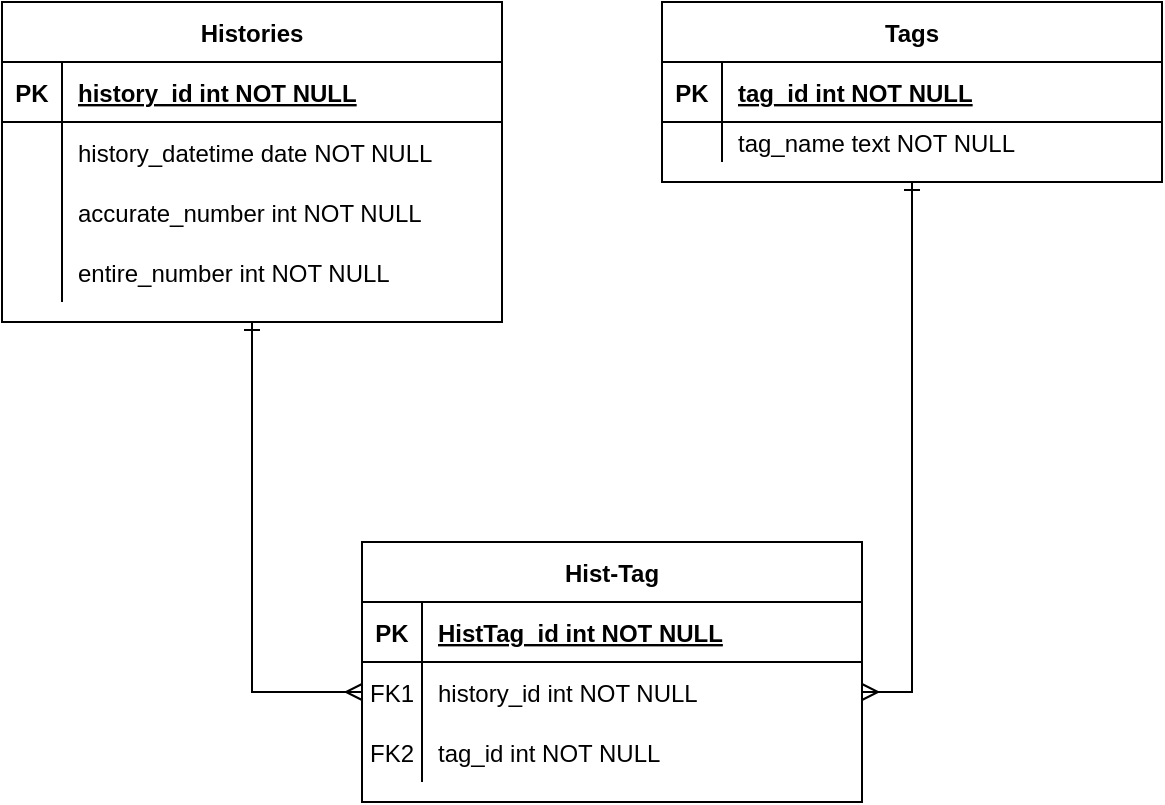
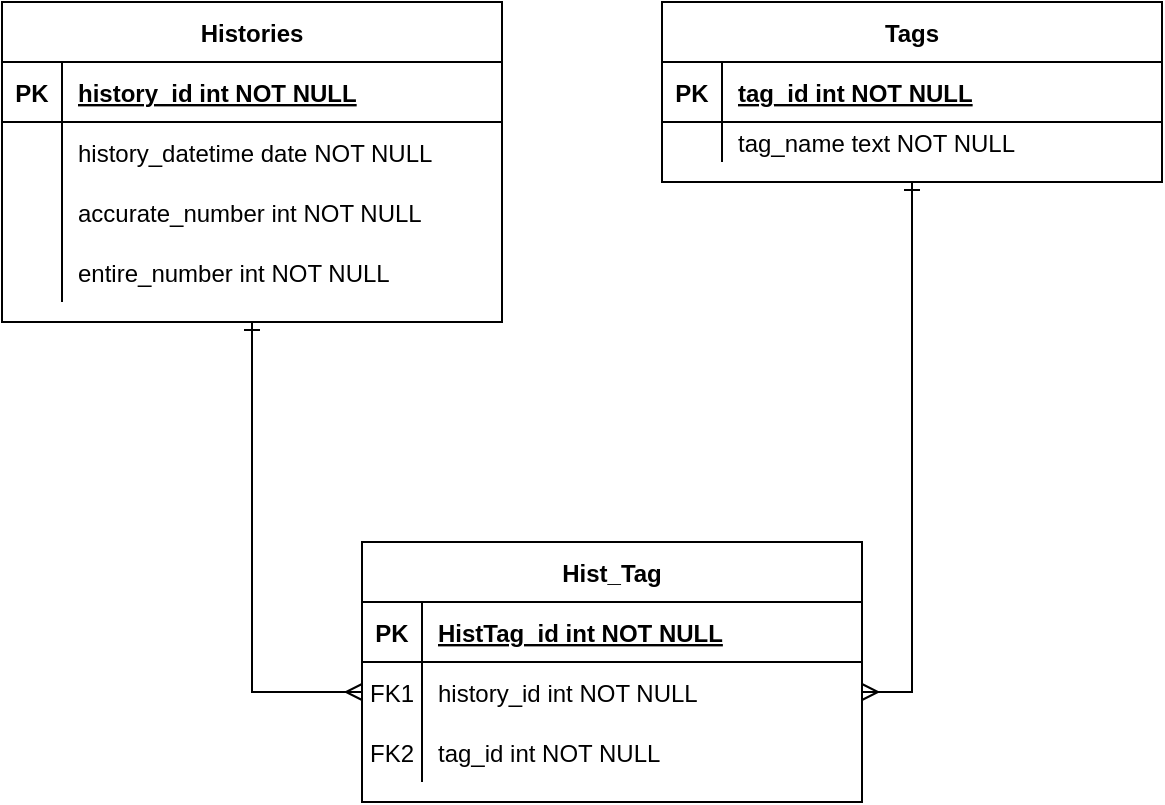
- <mxfile host="app.diagrams.net" modified="2024-07-13T07:29:02.795Z" agent="Mozilla/5.0 (Windows NT 10.0; Win64; x64) AppleWebKit/537.36 (KHTML, like Gecko) Chrome/126.0.0.0 Safari/537.36" etag="emsWlgXgD3bU1CIxRTtv" version="24.6.5" type="device">
+ <mxfile host="app.diagrams.net" modified="2024-07-14T06:13:20.105Z" agent="Mozilla/5.0 (Windows NT 10.0; Win64; x64) AppleWebKit/537.36 (KHTML, like Gecko) Chrome/126.0.0.0 Safari/537.36" etag="tMSBq_aUHVVFnrpBrTI4" version="24.6.5" type="device">
  <diagram id="R2lEEEUBdFMjLlhIrx00" name="Page-1">
-     <mxGraphModel dx="819" dy="441" grid="1" gridSize="10" guides="1" tooltips="1" connect="1" arrows="1" fold="1" page="1" pageScale="1" pageWidth="850" pageHeight="1100" math="0" shadow="0" extFonts="Permanent Marker^https://fonts.googleapis.com/css?family=Permanent+Marker">
+     <mxGraphModel dx="1434" dy="772" grid="1" gridSize="10" guides="1" tooltips="1" connect="1" arrows="1" fold="1" page="1" pageScale="1" pageWidth="850" pageHeight="1100" math="0" shadow="0" extFonts="Permanent Marker^https://fonts.googleapis.com/css?family=Permanent+Marker">
      <root>
        <mxCell id="0" />
        <mxCell id="1" parent="0" />
        <mxCell id="C-vyLk0tnHw3VtMMgP7b-2" value="Tags" style="shape=table;startSize=30;container=1;collapsible=1;childLayout=tableLayout;fixedRows=1;rowLines=0;fontStyle=1;align=center;resizeLast=1;" parent="1" vertex="1">
          <mxGeometry x="450" y="120" width="250" height="90" as="geometry" />
        </mxCell>
        <mxCell id="C-vyLk0tnHw3VtMMgP7b-3" value="" style="shape=partialRectangle;collapsible=0;dropTarget=0;pointerEvents=0;fillColor=none;points=[[0,0.5],[1,0.5]];portConstraint=eastwest;top=0;left=0;right=0;bottom=1;" parent="C-vyLk0tnHw3VtMMgP7b-2" vertex="1">
          <mxGeometry y="30" width="250" height="30" as="geometry" />
        </mxCell>
        <mxCell id="C-vyLk0tnHw3VtMMgP7b-4" value="PK" style="shape=partialRectangle;overflow=hidden;connectable=0;fillColor=none;top=0;left=0;bottom=0;right=0;fontStyle=1;" parent="C-vyLk0tnHw3VtMMgP7b-3" vertex="1">
          <mxGeometry width="30" height="30" as="geometry">
            <mxRectangle width="30" height="30" as="alternateBounds" />
          </mxGeometry>
        </mxCell>
        <mxCell id="C-vyLk0tnHw3VtMMgP7b-5" value="tag_id int NOT NULL " style="shape=partialRectangle;overflow=hidden;connectable=0;fillColor=none;top=0;left=0;bottom=0;right=0;align=left;spacingLeft=6;fontStyle=5;" parent="C-vyLk0tnHw3VtMMgP7b-3" vertex="1">
          <mxGeometry x="30" width="220" height="30" as="geometry">
            <mxRectangle width="220" height="30" as="alternateBounds" />
          </mxGeometry>
        </mxCell>
        <mxCell id="C-vyLk0tnHw3VtMMgP7b-6" value="" style="shape=partialRectangle;collapsible=0;dropTarget=0;pointerEvents=0;fillColor=none;points=[[0,0.5],[1,0.5]];portConstraint=eastwest;top=0;left=0;right=0;bottom=0;" parent="C-vyLk0tnHw3VtMMgP7b-2" vertex="1">
          <mxGeometry y="60" width="250" height="20" as="geometry" />
        </mxCell>
        <mxCell id="C-vyLk0tnHw3VtMMgP7b-7" value="" style="shape=partialRectangle;overflow=hidden;connectable=0;fillColor=none;top=0;left=0;bottom=0;right=0;" parent="C-vyLk0tnHw3VtMMgP7b-6" vertex="1">
          <mxGeometry width="30" height="20" as="geometry">
            <mxRectangle width="30" height="20" as="alternateBounds" />
          </mxGeometry>
        </mxCell>
        <mxCell id="C-vyLk0tnHw3VtMMgP7b-8" value="tag_name text NOT NULL" style="shape=partialRectangle;overflow=hidden;connectable=0;fillColor=none;top=0;left=0;bottom=0;right=0;align=left;spacingLeft=6;" parent="C-vyLk0tnHw3VtMMgP7b-6" vertex="1">
          <mxGeometry x="30" width="220" height="20" as="geometry">
            <mxRectangle width="220" height="20" as="alternateBounds" />
          </mxGeometry>
        </mxCell>
-         <mxCell id="C-vyLk0tnHw3VtMMgP7b-13" value="Hist-Tag" style="shape=table;startSize=30;container=1;collapsible=1;childLayout=tableLayout;fixedRows=1;rowLines=0;fontStyle=1;align=center;resizeLast=1;" parent="1" vertex="1">
+         <mxCell id="C-vyLk0tnHw3VtMMgP7b-13" value="Hist_Tag" style="shape=table;startSize=30;container=1;collapsible=1;childLayout=tableLayout;fixedRows=1;rowLines=0;fontStyle=1;align=center;resizeLast=1;" parent="1" vertex="1">
          <mxGeometry x="300" y="390" width="250" height="130" as="geometry" />
        </mxCell>
        <mxCell id="C-vyLk0tnHw3VtMMgP7b-14" value="" style="shape=partialRectangle;collapsible=0;dropTarget=0;pointerEvents=0;fillColor=none;points=[[0,0.5],[1,0.5]];portConstraint=eastwest;top=0;left=0;right=0;bottom=1;" parent="C-vyLk0tnHw3VtMMgP7b-13" vertex="1">
          <mxGeometry y="30" width="250" height="30" as="geometry" />
        </mxCell>
        <mxCell id="C-vyLk0tnHw3VtMMgP7b-15" value="PK" style="shape=partialRectangle;overflow=hidden;connectable=0;fillColor=none;top=0;left=0;bottom=0;right=0;fontStyle=1;" parent="C-vyLk0tnHw3VtMMgP7b-14" vertex="1">
          <mxGeometry width="30" height="30" as="geometry">
            <mxRectangle width="30" height="30" as="alternateBounds" />
          </mxGeometry>
        </mxCell>
        <mxCell id="C-vyLk0tnHw3VtMMgP7b-16" value="HistTag_id int NOT NULL " style="shape=partialRectangle;overflow=hidden;connectable=0;fillColor=none;top=0;left=0;bottom=0;right=0;align=left;spacingLeft=6;fontStyle=5;" parent="C-vyLk0tnHw3VtMMgP7b-14" vertex="1">
          <mxGeometry x="30" width="220" height="30" as="geometry">
            <mxRectangle width="220" height="30" as="alternateBounds" />
          </mxGeometry>
        </mxCell>
        <mxCell id="C-vyLk0tnHw3VtMMgP7b-17" value="" style="shape=partialRectangle;collapsible=0;dropTarget=0;pointerEvents=0;fillColor=none;points=[[0,0.5],[1,0.5]];portConstraint=eastwest;top=0;left=0;right=0;bottom=0;" parent="C-vyLk0tnHw3VtMMgP7b-13" vertex="1">
          <mxGeometry y="60" width="250" height="30" as="geometry" />
        </mxCell>
        <mxCell id="C-vyLk0tnHw3VtMMgP7b-18" value="FK1" style="shape=partialRectangle;overflow=hidden;connectable=0;fillColor=none;top=0;left=0;bottom=0;right=0;" parent="C-vyLk0tnHw3VtMMgP7b-17" vertex="1">
          <mxGeometry width="30" height="30" as="geometry">
            <mxRectangle width="30" height="30" as="alternateBounds" />
          </mxGeometry>
        </mxCell>
        <mxCell id="C-vyLk0tnHw3VtMMgP7b-19" value="history_id int NOT NULL" style="shape=partialRectangle;overflow=hidden;connectable=0;fillColor=none;top=0;left=0;bottom=0;right=0;align=left;spacingLeft=6;" parent="C-vyLk0tnHw3VtMMgP7b-17" vertex="1">
          <mxGeometry x="30" width="220" height="30" as="geometry">
            <mxRectangle width="220" height="30" as="alternateBounds" />
          </mxGeometry>
        </mxCell>
        <mxCell id="C-vyLk0tnHw3VtMMgP7b-20" value="" style="shape=partialRectangle;collapsible=0;dropTarget=0;pointerEvents=0;fillColor=none;points=[[0,0.5],[1,0.5]];portConstraint=eastwest;top=0;left=0;right=0;bottom=0;" parent="C-vyLk0tnHw3VtMMgP7b-13" vertex="1">
          <mxGeometry y="90" width="250" height="30" as="geometry" />
        </mxCell>
        <mxCell id="C-vyLk0tnHw3VtMMgP7b-21" value="FK2" style="shape=partialRectangle;overflow=hidden;connectable=0;fillColor=none;top=0;left=0;bottom=0;right=0;" parent="C-vyLk0tnHw3VtMMgP7b-20" vertex="1">
          <mxGeometry width="30" height="30" as="geometry">
            <mxRectangle width="30" height="30" as="alternateBounds" />
          </mxGeometry>
        </mxCell>
        <mxCell id="C-vyLk0tnHw3VtMMgP7b-22" value="tag_id int NOT NULL" style="shape=partialRectangle;overflow=hidden;connectable=0;fillColor=none;top=0;left=0;bottom=0;right=0;align=left;spacingLeft=6;" parent="C-vyLk0tnHw3VtMMgP7b-20" vertex="1">
          <mxGeometry x="30" width="220" height="30" as="geometry">
            <mxRectangle width="220" height="30" as="alternateBounds" />
          </mxGeometry>
        </mxCell>
-         <mxCell id="vyyHN-wlgOPrNykon7IR-17" style="edgeStyle=orthogonalEdgeStyle;rounded=0;orthogonalLoop=1;jettySize=auto;html=1;entryX=0;entryY=0.5;entryDx=0;entryDy=0;strokeWidth=1;startArrow=ERone;startFill=0;endArrow=ERmany;endFill=0;" edge="1" parent="1" source="C-vyLk0tnHw3VtMMgP7b-23" target="C-vyLk0tnHw3VtMMgP7b-17">
+         <mxCell id="vyyHN-wlgOPrNykon7IR-17" style="edgeStyle=orthogonalEdgeStyle;rounded=0;orthogonalLoop=1;jettySize=auto;html=1;entryX=0;entryY=0.5;entryDx=0;entryDy=0;strokeWidth=1;startArrow=ERone;startFill=0;endArrow=ERmany;endFill=0;" parent="1" source="C-vyLk0tnHw3VtMMgP7b-23" target="C-vyLk0tnHw3VtMMgP7b-17" edge="1">
          <mxGeometry relative="1" as="geometry" />
        </mxCell>
        <mxCell id="C-vyLk0tnHw3VtMMgP7b-23" value="Histories" style="shape=table;startSize=30;container=1;collapsible=1;childLayout=tableLayout;fixedRows=1;rowLines=0;fontStyle=1;align=center;resizeLast=1;" parent="1" vertex="1">
          <mxGeometry x="120" y="120" width="250" height="160" as="geometry" />
        </mxCell>
        <mxCell id="C-vyLk0tnHw3VtMMgP7b-24" value="" style="shape=partialRectangle;collapsible=0;dropTarget=0;pointerEvents=0;fillColor=none;points=[[0,0.5],[1,0.5]];portConstraint=eastwest;top=0;left=0;right=0;bottom=1;" parent="C-vyLk0tnHw3VtMMgP7b-23" vertex="1">
          <mxGeometry y="30" width="250" height="30" as="geometry" />
        </mxCell>
        <mxCell id="C-vyLk0tnHw3VtMMgP7b-25" value="PK" style="shape=partialRectangle;overflow=hidden;connectable=0;fillColor=none;top=0;left=0;bottom=0;right=0;fontStyle=1;" parent="C-vyLk0tnHw3VtMMgP7b-24" vertex="1">
          <mxGeometry width="30" height="30" as="geometry">
            <mxRectangle width="30" height="30" as="alternateBounds" />
          </mxGeometry>
        </mxCell>
        <mxCell id="C-vyLk0tnHw3VtMMgP7b-26" value="history_id int NOT NULL " style="shape=partialRectangle;overflow=hidden;connectable=0;fillColor=none;top=0;left=0;bottom=0;right=0;align=left;spacingLeft=6;fontStyle=5;" parent="C-vyLk0tnHw3VtMMgP7b-24" vertex="1">
          <mxGeometry x="30" width="220" height="30" as="geometry">
            <mxRectangle width="220" height="30" as="alternateBounds" />
          </mxGeometry>
        </mxCell>
        <mxCell id="C-vyLk0tnHw3VtMMgP7b-27" value="" style="shape=partialRectangle;collapsible=0;dropTarget=0;pointerEvents=0;fillColor=none;points=[[0,0.5],[1,0.5]];portConstraint=eastwest;top=0;left=0;right=0;bottom=0;" parent="C-vyLk0tnHw3VtMMgP7b-23" vertex="1">
          <mxGeometry y="60" width="250" height="30" as="geometry" />
        </mxCell>
        <mxCell id="C-vyLk0tnHw3VtMMgP7b-28" value="" style="shape=partialRectangle;overflow=hidden;connectable=0;fillColor=none;top=0;left=0;bottom=0;right=0;" parent="C-vyLk0tnHw3VtMMgP7b-27" vertex="1">
          <mxGeometry width="30" height="30" as="geometry">
            <mxRectangle width="30" height="30" as="alternateBounds" />
          </mxGeometry>
        </mxCell>
        <mxCell id="C-vyLk0tnHw3VtMMgP7b-29" value="history_datetime date NOT NULL" style="shape=partialRectangle;overflow=hidden;connectable=0;fillColor=none;top=0;left=0;bottom=0;right=0;align=left;spacingLeft=6;" parent="C-vyLk0tnHw3VtMMgP7b-27" vertex="1">
          <mxGeometry x="30" width="220" height="30" as="geometry">
            <mxRectangle width="220" height="30" as="alternateBounds" />
          </mxGeometry>
        </mxCell>
-         <mxCell id="vyyHN-wlgOPrNykon7IR-9" value="" style="shape=partialRectangle;collapsible=0;dropTarget=0;pointerEvents=0;fillColor=none;points=[[0,0.5],[1,0.5]];portConstraint=eastwest;top=0;left=0;right=0;bottom=0;" vertex="1" parent="C-vyLk0tnHw3VtMMgP7b-23">
+         <mxCell id="vyyHN-wlgOPrNykon7IR-9" value="" style="shape=partialRectangle;collapsible=0;dropTarget=0;pointerEvents=0;fillColor=none;points=[[0,0.5],[1,0.5]];portConstraint=eastwest;top=0;left=0;right=0;bottom=0;" parent="C-vyLk0tnHw3VtMMgP7b-23" vertex="1">
          <mxGeometry y="90" width="250" height="30" as="geometry" />
        </mxCell>
-         <mxCell id="vyyHN-wlgOPrNykon7IR-10" value="" style="shape=partialRectangle;overflow=hidden;connectable=0;fillColor=none;top=0;left=0;bottom=0;right=0;" vertex="1" parent="vyyHN-wlgOPrNykon7IR-9">
+         <mxCell id="vyyHN-wlgOPrNykon7IR-10" value="" style="shape=partialRectangle;overflow=hidden;connectable=0;fillColor=none;top=0;left=0;bottom=0;right=0;" parent="vyyHN-wlgOPrNykon7IR-9" vertex="1">
          <mxGeometry width="30" height="30" as="geometry">
            <mxRectangle width="30" height="30" as="alternateBounds" />
          </mxGeometry>
        </mxCell>
-         <mxCell id="vyyHN-wlgOPrNykon7IR-11" value="accurate_number int NOT NULL" style="shape=partialRectangle;overflow=hidden;connectable=0;fillColor=none;top=0;left=0;bottom=0;right=0;align=left;spacingLeft=6;" vertex="1" parent="vyyHN-wlgOPrNykon7IR-9">
+         <mxCell id="vyyHN-wlgOPrNykon7IR-11" value="accurate_number int NOT NULL" style="shape=partialRectangle;overflow=hidden;connectable=0;fillColor=none;top=0;left=0;bottom=0;right=0;align=left;spacingLeft=6;" parent="vyyHN-wlgOPrNykon7IR-9" vertex="1">
          <mxGeometry x="30" width="220" height="30" as="geometry">
            <mxRectangle width="220" height="30" as="alternateBounds" />
          </mxGeometry>
        </mxCell>
-         <mxCell id="vyyHN-wlgOPrNykon7IR-12" value="" style="shape=partialRectangle;collapsible=0;dropTarget=0;pointerEvents=0;fillColor=none;points=[[0,0.5],[1,0.5]];portConstraint=eastwest;top=0;left=0;right=0;bottom=0;" vertex="1" parent="C-vyLk0tnHw3VtMMgP7b-23">
+         <mxCell id="vyyHN-wlgOPrNykon7IR-12" value="" style="shape=partialRectangle;collapsible=0;dropTarget=0;pointerEvents=0;fillColor=none;points=[[0,0.5],[1,0.5]];portConstraint=eastwest;top=0;left=0;right=0;bottom=0;" parent="C-vyLk0tnHw3VtMMgP7b-23" vertex="1">
          <mxGeometry y="120" width="250" height="30" as="geometry" />
        </mxCell>
-         <mxCell id="vyyHN-wlgOPrNykon7IR-13" value="" style="shape=partialRectangle;overflow=hidden;connectable=0;fillColor=none;top=0;left=0;bottom=0;right=0;" vertex="1" parent="vyyHN-wlgOPrNykon7IR-12">
+         <mxCell id="vyyHN-wlgOPrNykon7IR-13" value="" style="shape=partialRectangle;overflow=hidden;connectable=0;fillColor=none;top=0;left=0;bottom=0;right=0;" parent="vyyHN-wlgOPrNykon7IR-12" vertex="1">
          <mxGeometry width="30" height="30" as="geometry">
            <mxRectangle width="30" height="30" as="alternateBounds" />
          </mxGeometry>
        </mxCell>
-         <mxCell id="vyyHN-wlgOPrNykon7IR-14" value="entire_number int NOT NULL" style="shape=partialRectangle;overflow=hidden;connectable=0;fillColor=none;top=0;left=0;bottom=0;right=0;align=left;spacingLeft=6;" vertex="1" parent="vyyHN-wlgOPrNykon7IR-12">
+         <mxCell id="vyyHN-wlgOPrNykon7IR-14" value="entire_number int NOT NULL" style="shape=partialRectangle;overflow=hidden;connectable=0;fillColor=none;top=0;left=0;bottom=0;right=0;align=left;spacingLeft=6;" parent="vyyHN-wlgOPrNykon7IR-12" vertex="1">
          <mxGeometry x="30" width="220" height="30" as="geometry">
            <mxRectangle width="220" height="30" as="alternateBounds" />
          </mxGeometry>
        </mxCell>
-         <mxCell id="vyyHN-wlgOPrNykon7IR-18" style="edgeStyle=orthogonalEdgeStyle;rounded=0;orthogonalLoop=1;jettySize=auto;html=1;entryX=0.5;entryY=1;entryDx=0;entryDy=0;endArrow=ERone;endFill=0;startArrow=ERmany;startFill=0;" edge="1" parent="1" source="C-vyLk0tnHw3VtMMgP7b-17" target="C-vyLk0tnHw3VtMMgP7b-2">
+         <mxCell id="vyyHN-wlgOPrNykon7IR-18" style="edgeStyle=orthogonalEdgeStyle;rounded=0;orthogonalLoop=1;jettySize=auto;html=1;entryX=0.5;entryY=1;entryDx=0;entryDy=0;endArrow=ERone;endFill=0;startArrow=ERmany;startFill=0;" parent="1" source="C-vyLk0tnHw3VtMMgP7b-17" target="C-vyLk0tnHw3VtMMgP7b-2" edge="1">
          <mxGeometry relative="1" as="geometry" />
        </mxCell>
      </root>
    </mxGraphModel>
  </diagram>
</mxfile>
